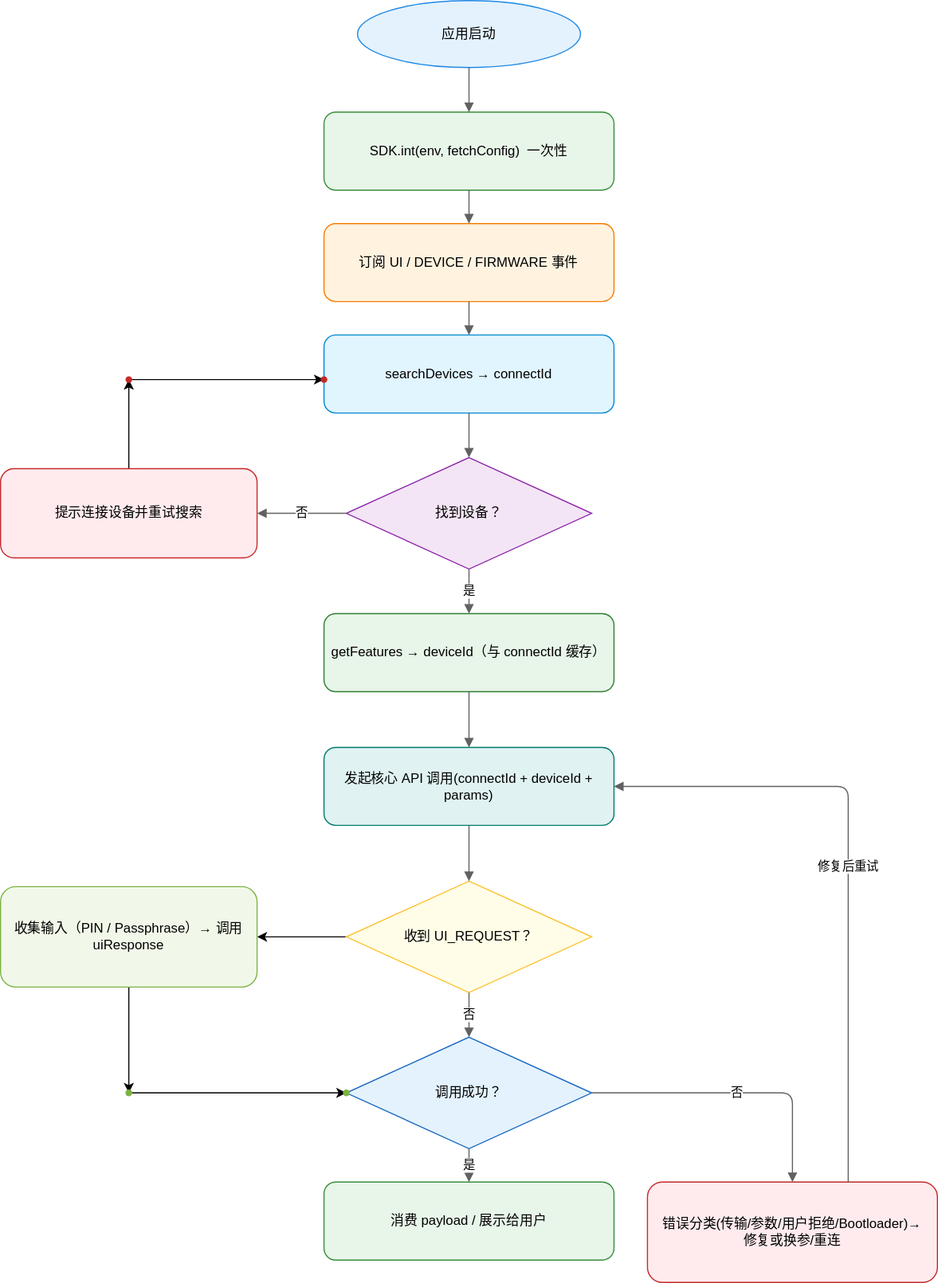
wabicai/onekey-developer-portal keeps this draw.io diagram as public/images/core-api-guide/core-api-flow-zh.svg. Above is the earlier version. Source tidied: cells renumbered, new cells last; positions are measured from the earlier drawing's top-left corner, leaving out a move shared by most shapes.
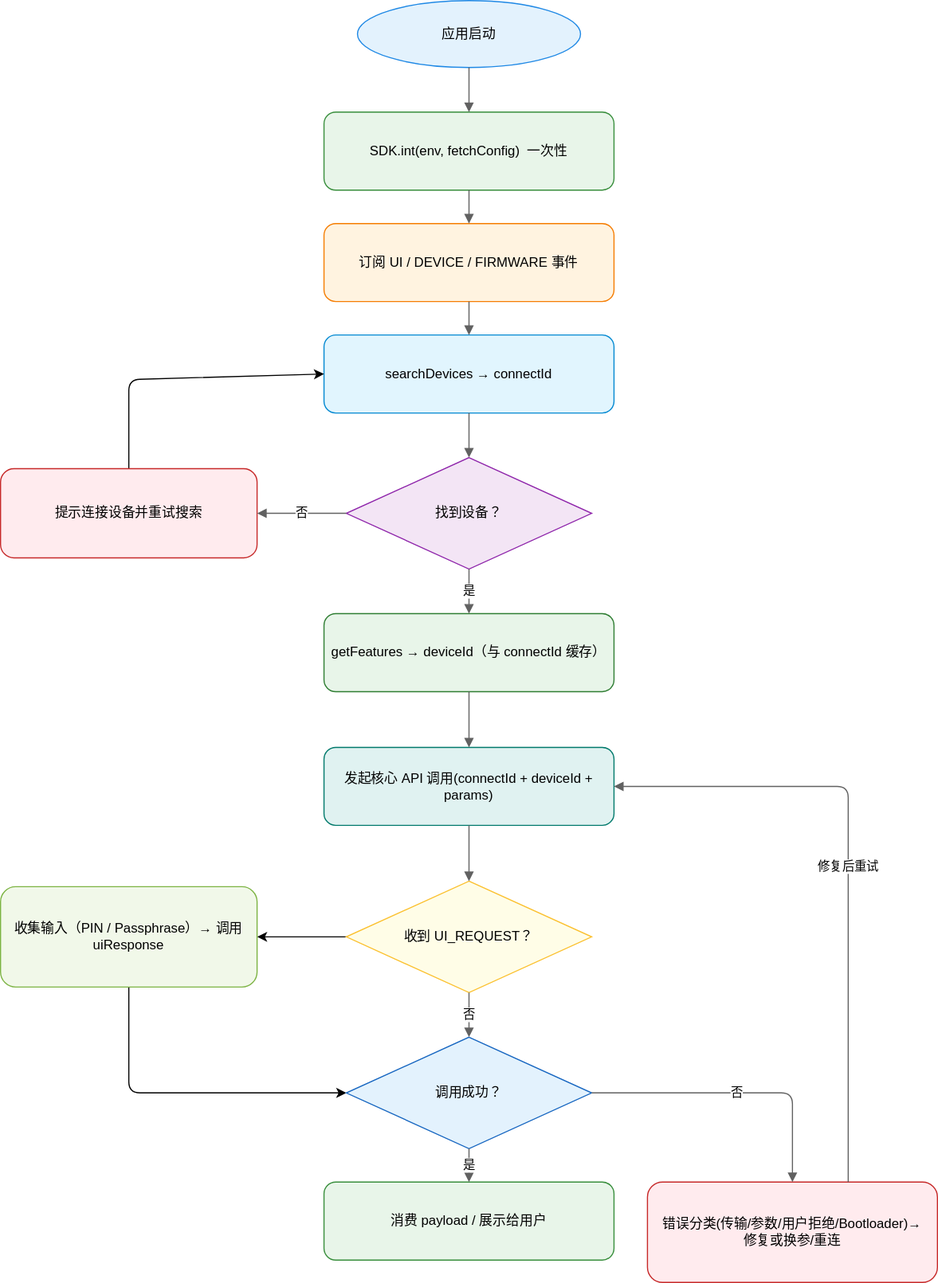
The same file after the commit.

Change to the diagram source:
```diff
@@ -17,9 +17,13 @@
     <mxCell id="6" value="找到设备？" style="rhombus;whiteSpace=wrap;html=1;fillColor=#F3E5F5;strokeColor=#8E24AA;" parent="1" vertex="1">
       <mxGeometry x="310" y="410" width="220" height="100" as="geometry" />
     </mxCell>
-    <mxCell id="7" style="edgeStyle=none;html=1;" parent="1" edge="1" source="8" target="31">
-      <mxGeometry relative="1" as="geometry" />
-    </mxCell>
+    <mxCell id="36" style="edgeStyle=none;html=1;entryX=0;entryY=0.5;entryDx=0;entryDy=0;exitX=0.5;exitY=0;exitDx=0;exitDy=0;" parent="1" edge="1" source="8" target="5">
+      <mxGeometry relative="1" as="geometry">
+        <Array as="points">
+          <mxPoint x="115" y="340" />
+        </Array>
+      </mxGeometry>
+    </mxCell>
     <mxCell id="8" value="提示连接设备并重试搜索" style="rounded=1;whiteSpace=wrap;html=1;fillColor=#FFEBEE;strokeColor=#C62828;" parent="1" vertex="1">
       <mxGeometry y="420" width="230" height="80" as="geometry" />
     </mxCell>
@@ -35,9 +39,13 @@
     <mxCell id="12" value="收到 UI_REQUEST？" style="rhombus;whiteSpace=wrap;html=1;fillColor=#FFFDE7;strokeColor=#FBC02D;" parent="1" vertex="1">
       <mxGeometry x="310" y="790" width="220" height="100" as="geometry" />
     </mxCell>
-    <mxCell id="13" style="edgeStyle=none;html=1;" parent="1" edge="1" source="14" target="34">
-      <mxGeometry relative="1" as="geometry" />
-    </mxCell>
+    <mxCell id="37" style="edgeStyle=none;html=1;entryX=0;entryY=0.5;entryDx=0;entryDy=0;" parent="1" edge="1" source="14" target="15">
+      <mxGeometry relative="1" as="geometry">
+        <Array as="points">
+          <mxPoint x="115" y="980" />
+        </Array>
+      </mxGeometry>
+    </mxCell>
     <mxCell id="14" value="收集输入（PIN / Passphrase）→ 调用 uiResponse" style="rounded=1;whiteSpace=wrap;html=1;fillColor=#F1F8E9;strokeColor=#7CB342;" parent="1" vertex="1">
       <mxGeometry y="795" width="230" height="90" as="geometry" />
     </mxCell>
@@ -91,23 +99,5 @@
         </Array>
       </mxGeometry>
     </mxCell>
-    <mxCell id="30" style="edgeStyle=none;html=1;" parent="1" edge="1" source="31" target="32">
-      <mxGeometry relative="1" as="geometry" />
-    </mxCell>
-    <mxCell id="31" style="shape=waypoint;sketch=0;size=6;points=[];fillColor=#FFEBEE;perimeter=centerPerimeter;snapToPoint=1;strokeColor=#C62828;rounded=1;" parent="1" vertex="1">
-      <mxGeometry x="105" y="330" width="20" height="20" as="geometry" />
-    </mxCell>
-    <mxCell id="32" style="shape=waypoint;sketch=0;size=6;points=[];fillColor=#FFEBEE;perimeter=centerPerimeter;snapToPoint=1;strokeColor=#C62828;rounded=1;" parent="1" vertex="1">
-      <mxGeometry x="280" y="330" width="20" height="20" as="geometry" />
-    </mxCell>
-    <mxCell id="33" style="edgeStyle=none;html=1;" parent="1" edge="1" source="34" target="35">
-      <mxGeometry relative="1" as="geometry" />
-    </mxCell>
-    <mxCell id="34" style="shape=waypoint;sketch=0;size=6;points=[];fillColor=#F1F8E9;perimeter=centerPerimeter;snapToPoint=1;strokeColor=#7CB342;rounded=1;" parent="1" vertex="1">
-      <mxGeometry x="105" y="970" width="20" height="20" as="geometry" />
-    </mxCell>
-    <mxCell id="35" style="shape=waypoint;sketch=0;size=6;points=[];fillColor=#F1F8E9;perimeter=centerPerimeter;snapToPoint=1;strokeColor=#7CB342;rounded=1;" parent="1" vertex="1">
-      <mxGeometry x="300" y="970" width="20" height="20" as="geometry" />
-    </mxCell>
   </root>
 </mxGraphModel>
```
